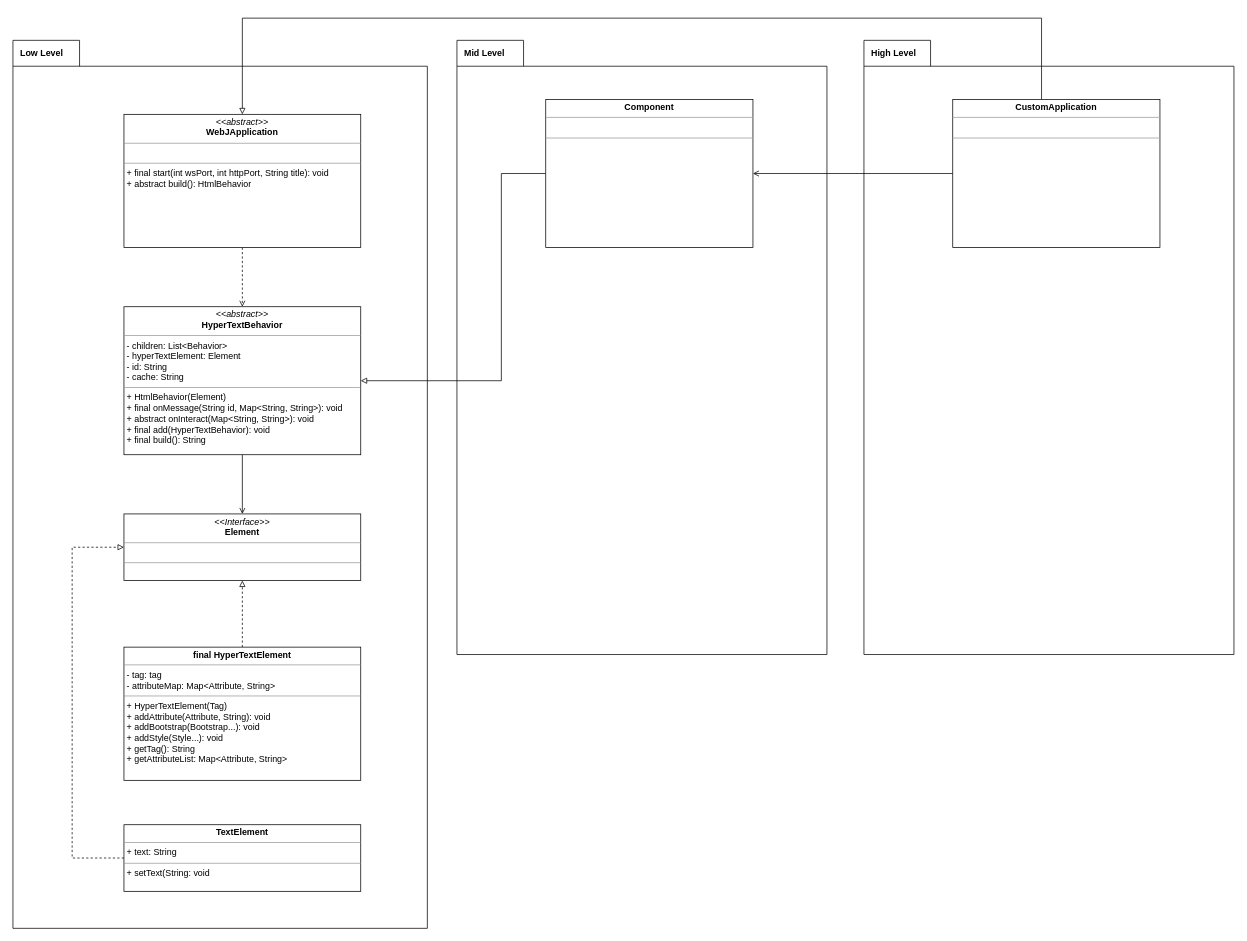
VelocityPackage/webJ keeps this draw.io diagram as page "UML" (5 of 5) of plan/WebGraphics.drawio. Above is the earlier version. Source tidied: cells renumbered, new cells numbered last; positions are measured from the earlier drawing's top-left corner, leaving out a move shared by most shapes. Both pictures are drawn from the tidied source at 74%, with x=0, y=0 at pixel (13, 18).
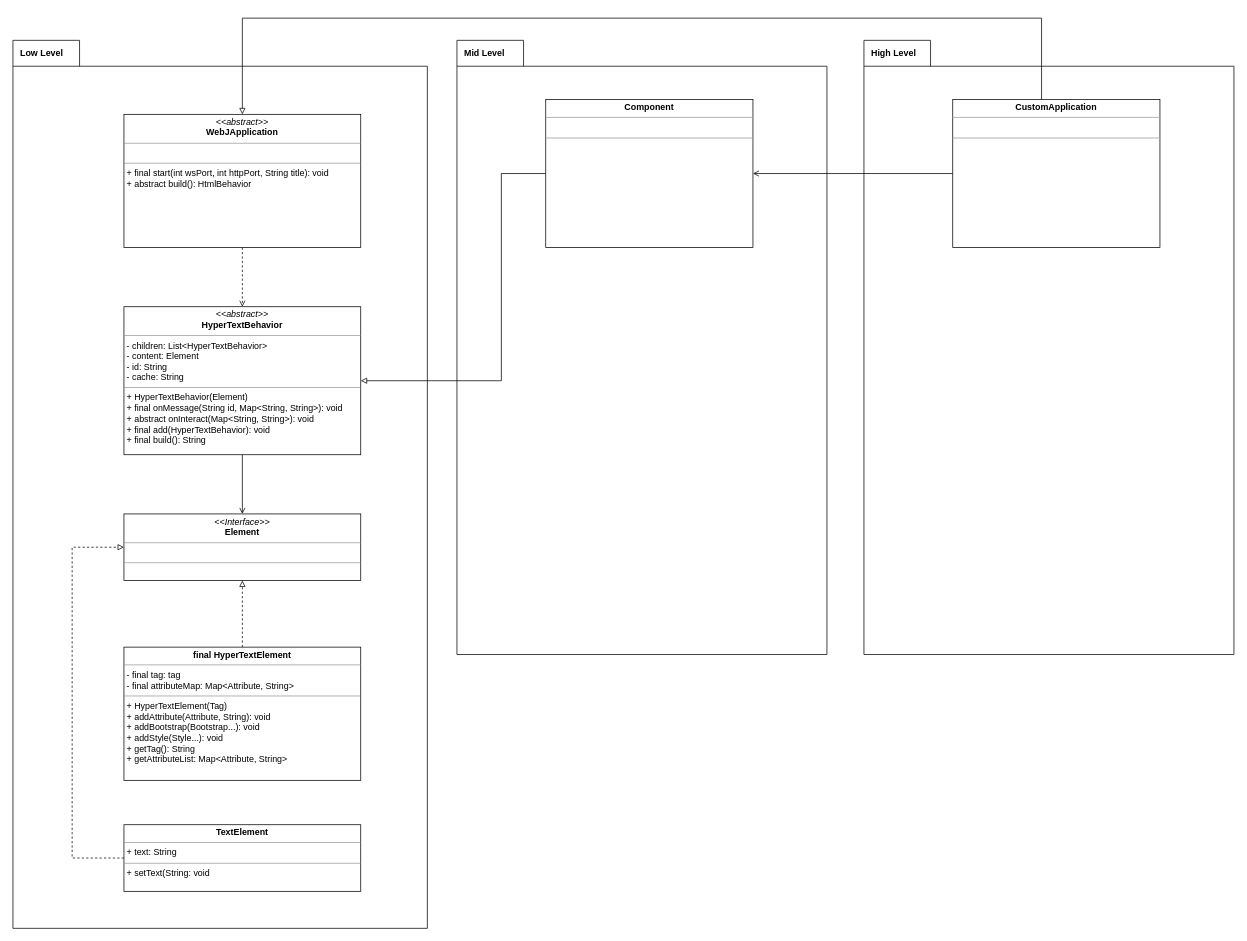
The same diagram, later.

Commit message (it also covers changes not shown here):
marvin mielchen

Change to the diagram source:
```diff
@@
-    <mxCell id="6" value="&lt;p style=&quot;margin: 0px ; margin-top: 4px ; text-align: center&quot;&gt;&lt;b&gt;final HyperTextElement&lt;/b&gt;&lt;/p&gt;&lt;hr size=&quot;1&quot;&gt;&lt;p style=&quot;margin: 0px ; margin-left: 4px&quot;&gt;&lt;span&gt;- tag: tag&lt;/span&gt;&lt;br&gt;&lt;/p&gt;&lt;p style=&quot;margin: 0px ; margin-left: 4px&quot;&gt;- attributeMap: Map&amp;lt;Attribute, String&amp;gt;&lt;/p&gt;&lt;hr size=&quot;1&quot;&gt;&lt;p style=&quot;margin: 0px ; margin-left: 4px&quot;&gt;+ HyperTextElement(Tag)&lt;/p&gt;&lt;p style=&quot;margin: 0px ; margin-left: 4px&quot;&gt;&lt;span&gt;+ addAttribute(Attribute, String): void&lt;/span&gt;&lt;br&gt;&lt;/p&gt;&lt;p style=&quot;margin: 0px ; margin-left: 4px&quot;&gt;&lt;span&gt;+ addBootstrap(Bootstrap...): void&lt;/span&gt;&lt;br&gt;&lt;/p&gt;&lt;p style=&quot;margin: 0px ; margin-left: 4px&quot;&gt;+ addStyle(Style...): void&lt;/p&gt;&lt;p style=&quot;margin: 0px ; margin-left: 4px&quot;&gt;+ getTag(): String&lt;/p&gt;&lt;p style=&quot;margin: 0px ; margin-left: 4px&quot;&gt;+ getAttributeList: Map&amp;lt;Attribute, String&amp;gt;&lt;/p&gt;" style="verticalAlign=top;align=left;overflow=fill;fontSize=12;fontFamily=Helvetica;html=1;" parent="1" vertex="1">
+    <mxCell id="6" value="&lt;p style=&quot;margin: 0px ; margin-top: 4px ; text-align: center&quot;&gt;&lt;b&gt;final HyperTextElement&lt;/b&gt;&lt;/p&gt;&lt;hr size=&quot;1&quot;&gt;&lt;p style=&quot;margin: 0px ; margin-left: 4px&quot;&gt;&lt;span&gt;- final tag: tag&lt;/span&gt;&lt;br&gt;&lt;/p&gt;&lt;p style=&quot;margin: 0px ; margin-left: 4px&quot;&gt;- final attributeMap: Map&amp;lt;Attribute, String&amp;gt;&lt;/p&gt;&lt;hr size=&quot;1&quot;&gt;&lt;p style=&quot;margin: 0px ; margin-left: 4px&quot;&gt;+ HyperTextElement(Tag)&lt;/p&gt;&lt;p style=&quot;margin: 0px ; margin-left: 4px&quot;&gt;&lt;span&gt;+ addAttribute(Attribute, String): void&lt;/span&gt;&lt;br&gt;&lt;/p&gt;&lt;p style=&quot;margin: 0px ; margin-left: 4px&quot;&gt;&lt;span&gt;+ addBootstrap(Bootstrap...): void&lt;/span&gt;&lt;br&gt;&lt;/p&gt;&lt;p style=&quot;margin: 0px ; margin-left: 4px&quot;&gt;+ addStyle(Style...): void&lt;/p&gt;&lt;p style=&quot;margin: 0px ; margin-left: 4px&quot;&gt;+ getTag(): String&lt;/p&gt;&lt;p style=&quot;margin: 0px ; margin-left: 4px&quot;&gt;+ getAttributeList: Map&amp;lt;Attribute, String&amp;gt;&lt;/p&gt;" style="verticalAlign=top;align=left;overflow=fill;fontSize=12;fontFamily=Helvetica;html=1;" parent="1" vertex="1">
       <mxGeometry x="150" y="850" width="320" height="180" as="geometry" />
     </mxCell>
@@
-    <mxCell id="8" value="&lt;p style=&quot;margin: 0px ; margin-top: 4px ; text-align: center&quot;&gt;&lt;i&gt;&amp;lt;&amp;lt;abstract&amp;gt;&amp;gt;&lt;/i&gt;&lt;br&gt;&lt;b&gt;HyperTextBehavior&lt;/b&gt;&lt;/p&gt;&lt;hr size=&quot;1&quot;&gt;&lt;p style=&quot;margin: 0px ; margin-left: 4px&quot;&gt;- children: List&amp;lt;Behavior&amp;gt;&lt;br&gt;&lt;/p&gt;&lt;p style=&quot;margin: 0px ; margin-left: 4px&quot;&gt;- hyperTextElement: Element&lt;/p&gt;&lt;p style=&quot;margin: 0px ; margin-left: 4px&quot;&gt;- id: String&lt;/p&gt;&lt;p style=&quot;margin: 0px ; margin-left: 4px&quot;&gt;- cache: String&lt;/p&gt;&lt;hr size=&quot;1&quot;&gt;&lt;p style=&quot;margin: 0px ; margin-left: 4px&quot;&gt;+ HtmlBehavior(Element)&lt;/p&gt;&lt;p style=&quot;margin: 0px ; margin-left: 4px&quot;&gt;+ final onMessage(String id, Map&amp;lt;String, String&amp;gt;): void&lt;br&gt;+ abstract onInteract(Map&amp;lt;String, String&amp;gt;): void&lt;/p&gt;&lt;p style=&quot;margin: 0px ; margin-left: 4px&quot;&gt;+ final add(HyperTextBehavior): void&lt;/p&gt;&lt;p style=&quot;margin: 0px ; margin-left: 4px&quot;&gt;+ final build(): String&lt;/p&gt;&lt;p style=&quot;margin: 0px ; margin-left: 4px&quot;&gt;&lt;br&gt;&lt;/p&gt;&lt;p style=&quot;margin: 0px ; margin-left: 4px&quot;&gt;&lt;br&gt;&lt;/p&gt;" style="verticalAlign=top;align=left;overflow=fill;fontSize=12;fontFamily=Helvetica;html=1;" parent="1" vertex="1">
+    <mxCell id="8" value="&lt;p style=&quot;margin: 0px ; margin-top: 4px ; text-align: center&quot;&gt;&lt;i&gt;&amp;lt;&amp;lt;abstract&amp;gt;&amp;gt;&lt;/i&gt;&lt;br&gt;&lt;b&gt;HyperTextBehavior&lt;/b&gt;&lt;/p&gt;&lt;hr size=&quot;1&quot;&gt;&lt;p style=&quot;margin: 0px ; margin-left: 4px&quot;&gt;- children: List&amp;lt;HyperTextBehavior&amp;gt;&lt;br&gt;&lt;/p&gt;&lt;p style=&quot;margin: 0px ; margin-left: 4px&quot;&gt;- content: Element&lt;/p&gt;&lt;p style=&quot;margin: 0px ; margin-left: 4px&quot;&gt;- id: String&lt;/p&gt;&lt;p style=&quot;margin: 0px ; margin-left: 4px&quot;&gt;- cache: String&lt;/p&gt;&lt;hr size=&quot;1&quot;&gt;&lt;p style=&quot;margin: 0px ; margin-left: 4px&quot;&gt;+ HyperTextBehavior(Element)&lt;/p&gt;&lt;p style=&quot;margin: 0px ; margin-left: 4px&quot;&gt;+ final onMessage(String id, Map&amp;lt;String, String&amp;gt;): void&lt;br&gt;+ abstract onInteract(Map&amp;lt;String, String&amp;gt;): void&lt;/p&gt;&lt;p style=&quot;margin: 0px ; margin-left: 4px&quot;&gt;+ final add(HyperTextBehavior): void&lt;/p&gt;&lt;p style=&quot;margin: 0px ; margin-left: 4px&quot;&gt;+ final build(): String&lt;/p&gt;&lt;p style=&quot;margin: 0px ; margin-left: 4px&quot;&gt;&lt;br&gt;&lt;/p&gt;&lt;p style=&quot;margin: 0px ; margin-left: 4px&quot;&gt;&lt;br&gt;&lt;/p&gt;" style="verticalAlign=top;align=left;overflow=fill;fontSize=12;fontFamily=Helvetica;html=1;" parent="1" vertex="1">
       <mxGeometry x="150" y="390" width="320" height="200" as="geometry" />
     </mxCell>
```
